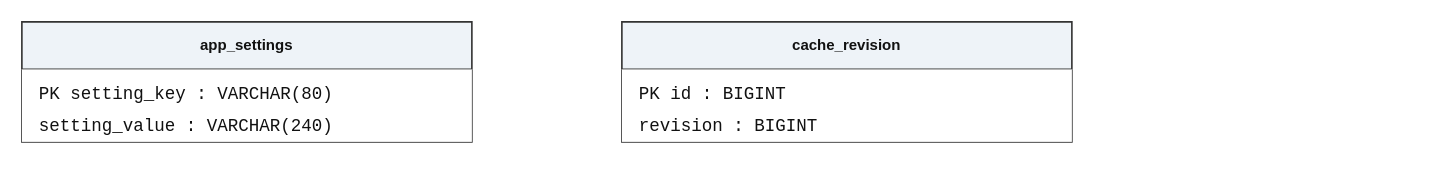
ZeroRegister/SupermarketsSystem keeps this draw.io diagram as thesis/figure-assets/diagrams/15-er-support.drawio. Above is the earlier version. Source tidied: cells renumbered, new cells numbered last; positions are measured from the earlier drawing's top-left corner, leaving out a move shared by most shapes. Both pictures are drawn from the tidied source at 125%, with x=0, y=0 at pixel (21, 21).
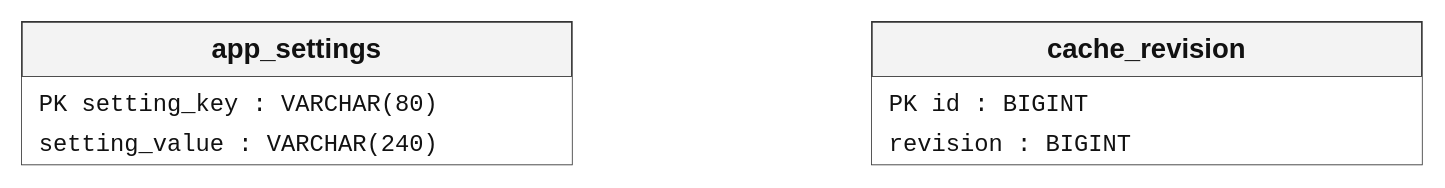
The same diagram, later.

What changed in the source:
```diff
@@
 <mxGraphModel background="#ffffff">
   <root>
     <mxCell id="0" />
     <mxCell id="1" parent="0" />
-    <mxCell id="2" value="app_settings" style="whiteSpace=wrap;html=1;fontFamily=Arial;fontSize=16;fontColor=#111111;strokeColor=#333333;strokeWidth=1.3;rounded=0;fillColor=#ffffff;swimlane;startSize=38;fontStyle=1;fillColor=#eef3f8;" parent="1" vertex="1">
-      <mxGeometry width="360" height="96" as="geometry" />
+    <mxCell id="2" value="app_settings" style="whiteSpace=wrap;html=1;fontFamily=Arial;fontSize=22;fontColor=#111111;strokeColor=#333333;strokeWidth=1.3;rounded=0;fillColor=#ffffff;swimlane;startSize=44;fontStyle=1;fillColor=#f3f3f3;fontSize=22;" parent="1" vertex="1">
+      <mxGeometry width="440" height="114" as="geometry" />
     </mxCell>
-    <mxCell id="3" value="&lt;div style=&quot;text-align:left;font-family:monospace;font-size:14px;line-height:26px&quot;&gt;PK  setting_key : VARCHAR(80)&lt;br&gt;    setting_value : VARCHAR(240)&lt;/div&gt;" style="whiteSpace=wrap;html=1;fontFamily=Arial;fontSize=16;fontColor=#111111;strokeColor=#333333;strokeWidth=1.3;rounded=0;fillColor=#ffffff;strokeColor=none;align=left;spacingLeft=12;verticalAlign=top;" parent="2" vertex="1">
-      <mxGeometry y="38" width="360" height="58" as="geometry" />
+    <mxCell id="3" value="&lt;div style=&quot;text-align:left;font-family:monospace;font-size:19px;line-height:32px&quot;&gt;PK  setting_key : VARCHAR(80)&lt;br&gt;    setting_value : VARCHAR(240)&lt;/div&gt;" style="whiteSpace=wrap;html=1;fontFamily=Arial;fontSize=22;fontColor=#111111;strokeColor=#333333;strokeWidth=1.3;rounded=0;fillColor=#ffffff;strokeColor=none;align=left;spacingLeft=12;verticalAlign=top;fontSize=22;" parent="2" vertex="1">
+      <mxGeometry y="44" width="440" height="70" as="geometry" />
     </mxCell>
-    <mxCell id="4" value="cache_revision" style="whiteSpace=wrap;html=1;fontFamily=Arial;fontSize=16;fontColor=#111111;strokeColor=#333333;strokeWidth=1.3;rounded=0;fillColor=#ffffff;swimlane;startSize=38;fontStyle=1;fillColor=#eef3f8;" parent="1" vertex="1">
-      <mxGeometry x="480" width="360" height="96" as="geometry" />
+    <mxCell id="4" value="cache_revision" style="whiteSpace=wrap;html=1;fontFamily=Arial;fontSize=22;fontColor=#111111;strokeColor=#333333;strokeWidth=1.3;rounded=0;fillColor=#ffffff;swimlane;startSize=44;fontStyle=1;fillColor=#f3f3f3;fontSize=22;" parent="1" vertex="1">
+      <mxGeometry x="680" width="440" height="114" as="geometry" />
     </mxCell>
-    <mxCell id="5" value="&lt;div style=&quot;text-align:left;font-family:monospace;font-size:14px;line-height:26px&quot;&gt;PK  id : BIGINT&lt;br&gt;    revision : BIGINT&lt;/div&gt;" style="whiteSpace=wrap;html=1;fontFamily=Arial;fontSize=16;fontColor=#111111;strokeColor=#333333;strokeWidth=1.3;rounded=0;fillColor=#ffffff;strokeColor=none;align=left;spacingLeft=12;verticalAlign=top;" parent="4" vertex="1">
-      <mxGeometry y="38" width="360" height="58" as="geometry" />
+    <mxCell id="5" value="&lt;div style=&quot;text-align:left;font-family:monospace;font-size:19px;line-height:32px&quot;&gt;PK  id : BIGINT&lt;br&gt;    revision : BIGINT&lt;/div&gt;" style="whiteSpace=wrap;html=1;fontFamily=Arial;fontSize=22;fontColor=#111111;strokeColor=#333333;strokeWidth=1.3;rounded=0;fillColor=#ffffff;strokeColor=none;align=left;spacingLeft=12;verticalAlign=top;fontSize=22;" parent="4" vertex="1">
+      <mxGeometry y="44" width="440" height="70" as="geometry" />
     </mxCell>
   </root>
 </mxGraphModel>
```
